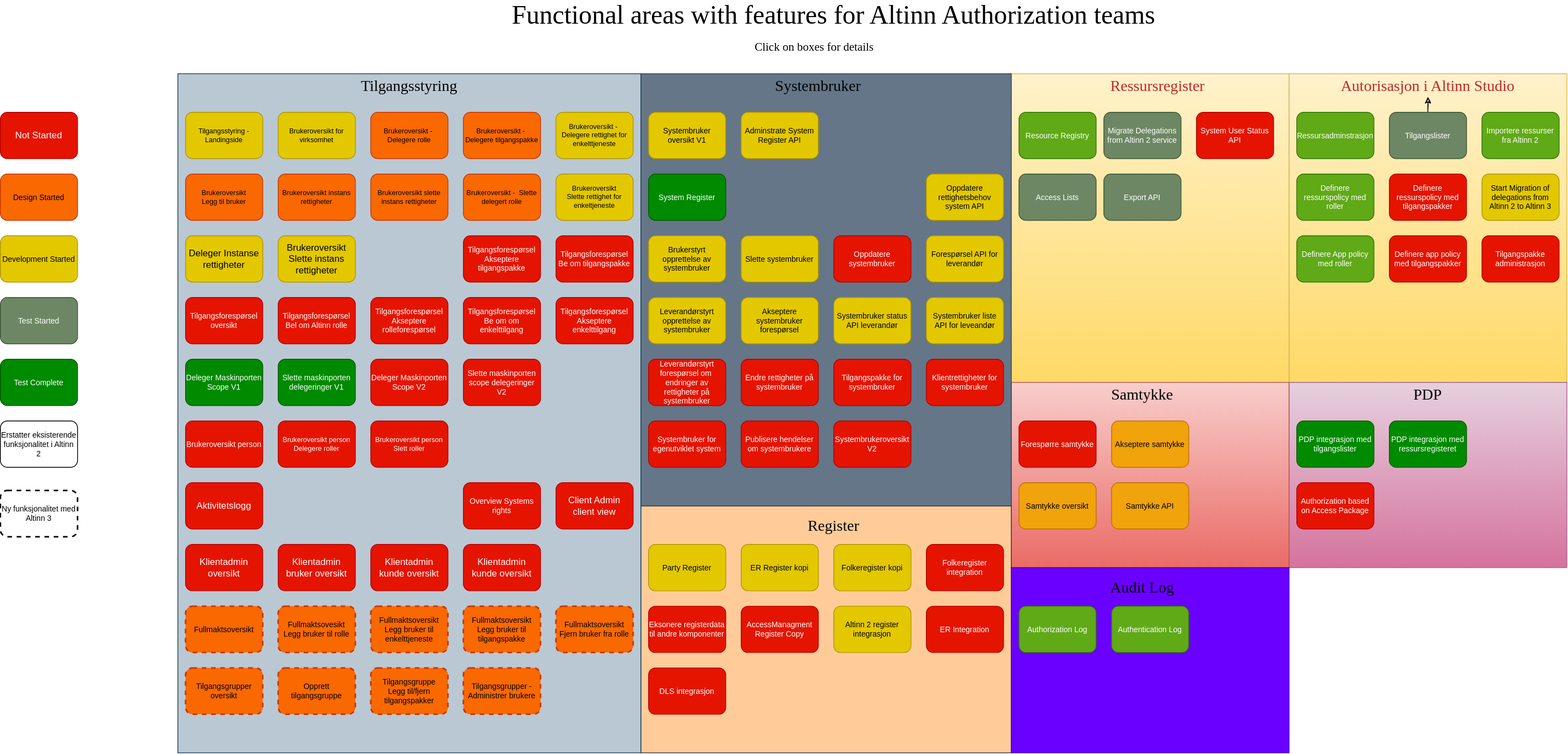
The draw.io diagram content/authorization/what-do-you-get/functionalareas.drawio.svg in Altinn/altinn-studio-docs, before a commit. Source tidied: cells renumbered, new cells last; positions are measured from the earlier drawing's top-left corner, leaving out a move shared by most shapes.
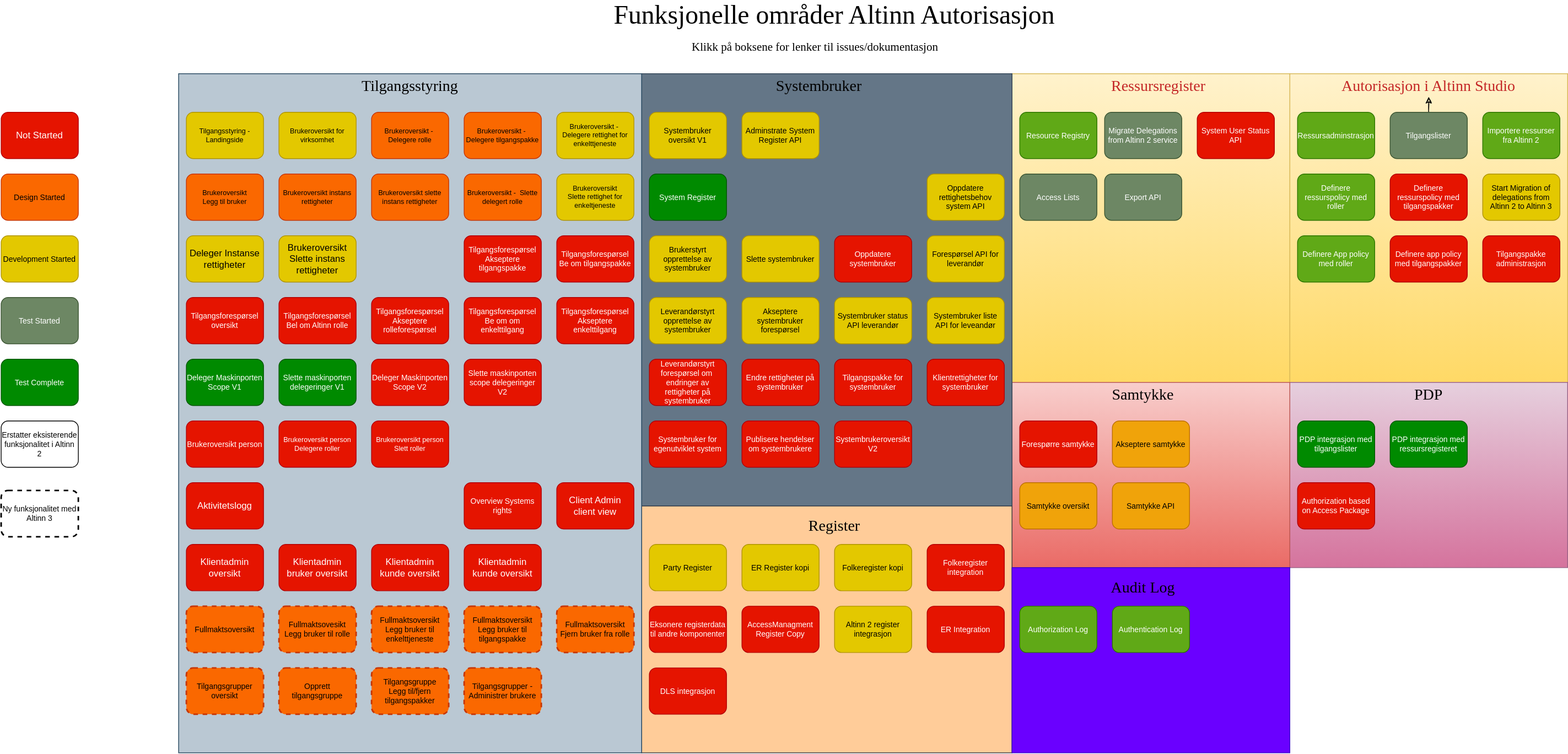
After the commit.

Diff of the diagram source:
```diff
@@ -239,13 +239,13 @@
     <mxCell id="80" value="Audit Log" style="text;html=1;strokeColor=none;fillColor=none;align=center;verticalAlign=middle;whiteSpace=wrap;rounded=0;sketch=1;hachureGap=4;jiggle=2;curveFitting=1;fontFamily=Verdana;fontSize=20;" parent="1" vertex="1">
       <mxGeometry x="1310" y="740" width="340" height="30" as="geometry" />
     </mxCell>
-    <mxCell id="81" value="Functional areas with features for Altinn Authorization teams" style="text;html=1;strokeColor=none;fillColor=none;align=center;verticalAlign=middle;whiteSpace=wrap;rounded=0;sketch=1;hachureGap=4;jiggle=2;curveFitting=1;fontFamily=Verdana;fontSize=34;" parent="1" vertex="1">
+    <mxCell id="81" value="Funksjonelle områder Altinn Autorisasjon" style="text;html=1;strokeColor=none;fillColor=none;align=center;verticalAlign=middle;whiteSpace=wrap;rounded=0;sketch=1;hachureGap=4;jiggle=2;curveFitting=1;fontFamily=Verdana;fontSize=34;" parent="1" vertex="1">
       <mxGeometry x="520" width="1120" height="30" as="geometry" />
     </mxCell>
     <mxCell id="82" value="Tilgangsstyring - Landingside" style="rounded=1;whiteSpace=wrap;html=1;fontSize=9;fillColor=#e3c800;fontColor=#000000;strokeColor=#B09500;" parent="1" vertex="1">
       <mxGeometry x="240" y="140" width="100" height="60" as="geometry" />
     </mxCell>
-    <mxCell id="83" value="Click on boxes for details" style="text;html=1;strokeColor=none;fillColor=none;align=center;verticalAlign=middle;whiteSpace=wrap;rounded=0;sketch=1;hachureGap=4;jiggle=2;curveFitting=1;fontFamily=Verdana;fontSize=15;" parent="1" vertex="1">
+    <mxCell id="83" value="Klikk på boksene for lenker til issues/dokumentasjon" style="text;html=1;strokeColor=none;fillColor=none;align=center;verticalAlign=middle;whiteSpace=wrap;rounded=0;sketch=1;hachureGap=4;jiggle=2;curveFitting=1;fontFamily=Verdana;fontSize=15;" parent="1" vertex="1">
       <mxGeometry x="780" y="40" width="550" height="30" as="geometry" />
     </mxCell>
     <mxCell id="84" value="Systembrukeroversikt V2" style="rounded=1;whiteSpace=wrap;html=1;fontSize=10;fillColor=#e51400;fontColor=#ffffff;strokeColor=#B20000;" parent="1" vertex="1">
```
